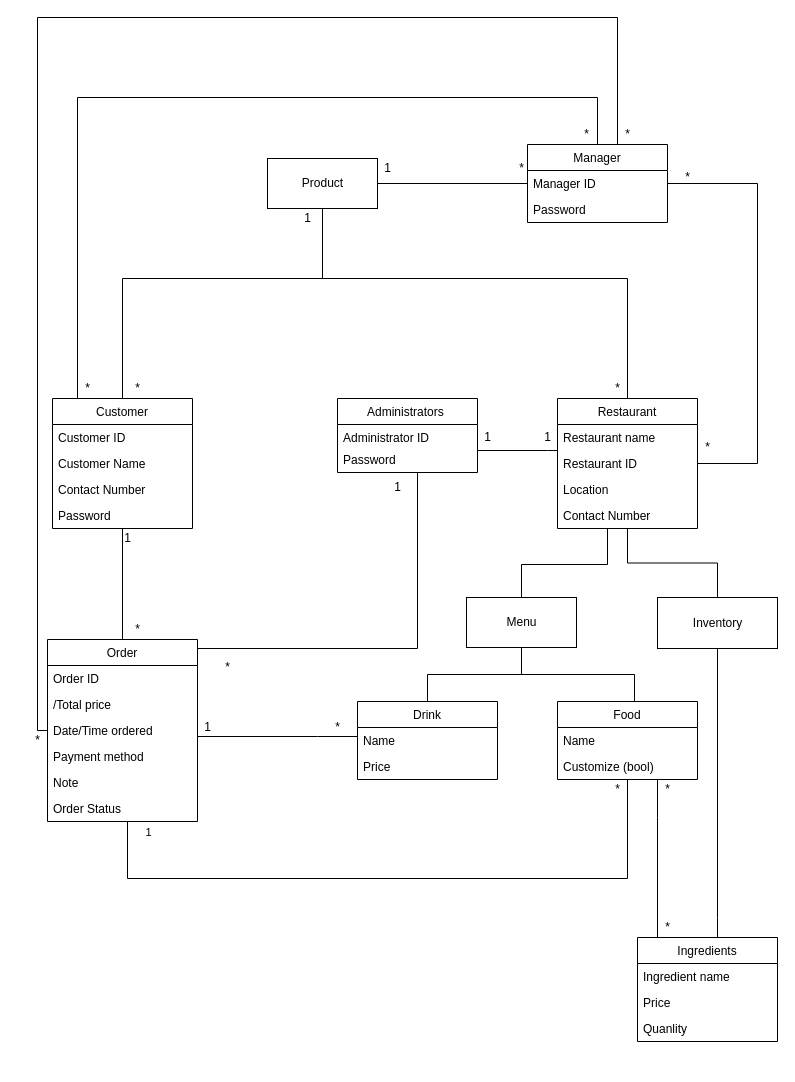
Above: Food Ordering System - Draft.drawio in The-Greatest-Team/Fidelma-RestaurantMenuSystem- (draw.io), before the change. Source tidied: cells renumbered, new cells numbered last; positions are measured from the earlier drawing's top-left corner, leaving out a move shared by most shapes. Both pictures are drawn from the tidied source at 100%, with x=0, y=0 at pixel (27, 17).
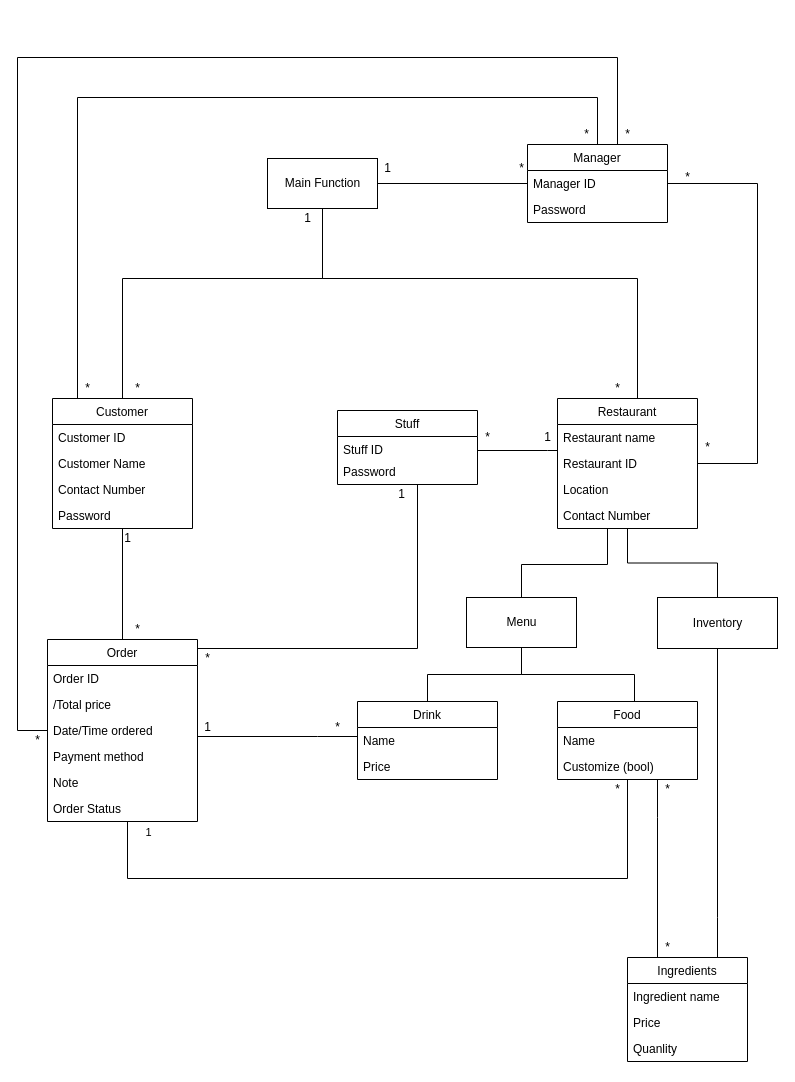
The same page after the edit.

Unchanged cells that the change refers to:
```xml
<mxCell id="7" value="Order" style="swimlane;fontStyle=0;horizontal=1;startSize=26;fillColor=none;" parent="1" vertex="1">
  <mxGeometry x="20" y="622" width="150" height="182" as="geometry" />
</mxCell>
<mxCell id="29" value="Restaurant" style="swimlane;fontStyle=0;horizontal=1;startSize=26;fillColor=none;" parent="1" vertex="1">
  <mxGeometry x="530" y="381" width="140" height="130" as="geometry" />
</mxCell>
<mxCell id="52" value="Manager" style="swimlane;fontStyle=0;horizontal=1;startSize=26;fillColor=none;" parent="1" vertex="1">
  <mxGeometry x="500" y="127" width="140" height="78" as="geometry" />
</mxCell>
```

Change to the diagram source:
```diff
@@
     <mxCell id="6" style="edgeStyle=orthogonalEdgeStyle;rounded=0;jettySize=auto;html=1;endArrow=none;endFill=0;" parent="1" edge="1" source="7" target="52">
       <mxGeometry relative="1" as="geometry">
         <Array as="points">
-          <mxPoint x="10" y="713" />
-          <mxPoint x="10" />
-          <mxPoint x="590" />
+          <mxPoint x="-10" y="713" />
+          <mxPoint x="-10" y="40" />
+          <mxPoint x="590" y="40" />
         </Array>
       </mxGeometry>
     </mxCell>
@@
-    <mxCell id="22" value="Administrators " style="swimlane;fontStyle=0;horizontal=1;startSize=26;fillColor=none;" parent="1" vertex="1">
-      <mxGeometry x="310" y="381" width="140" height="74" as="geometry" />
+    <mxCell id="22" value="Stuff" style="swimlane;fontStyle=0;horizontal=1;startSize=26;fillColor=none;" parent="1" vertex="1">
+      <mxGeometry x="310" y="393" width="140" height="74" as="geometry" />
     </mxCell>
-    <mxCell id="23" value="Administrator ID" style="text;strokeColor=none;fillColor=none;align=left;verticalAlign=top;spacingLeft=4;spacingRight=4;overflow=hidden;" parent="22" vertex="1">
+    <mxCell id="23" value="Stuff ID" style="text;strokeColor=none;fillColor=none;align=left;verticalAlign=top;spacingLeft=4;spacingRight=4;overflow=hidden;" parent="22" vertex="1">
       <mxGeometry y="26" width="140" height="22" as="geometry" />
     </mxCell>
@@
     <mxCell id="27" style="edgeStyle=orthogonalEdgeStyle;rounded=0;jettySize=auto;html=1;entryX=0.5;entryY=1;entryDx=0;entryDy=0;endArrow=none;endFill=0;" parent="1" edge="1" source="29" target="51">
       <mxGeometry relative="1" as="geometry">
         <Array as="points">
-          <mxPoint x="600" y="261" />
+          <mxPoint x="610" y="261" />
           <mxPoint x="295" y="261" />
         </Array>
       </mxGeometry>
     </mxCell>
@@
     <mxCell id="36" value="Ingredients" style="swimlane;fontStyle=0;horizontal=1;startSize=26;fillColor=none;" parent="1" vertex="1">
-      <mxGeometry x="610" y="920" width="140" height="104" as="geometry" />
+      <mxGeometry x="600" y="940" width="120" height="104" as="geometry" />
     </mxCell>
     <mxCell id="37" value="Ingredient name" style="text;strokeColor=none;fillColor=none;align=left;verticalAlign=top;spacingLeft=4;spacingRight=4;overflow=hidden;" parent="36" vertex="1">
-      <mxGeometry y="26" width="140" height="26" as="geometry" />
+      <mxGeometry y="26" width="120" height="26" as="geometry" />
     </mxCell>
     <mxCell id="38" value="Price" style="text;strokeColor=none;fillColor=none;align=left;verticalAlign=top;spacingLeft=4;spacingRight=4;overflow=hidden;" parent="36" vertex="1">
-      <mxGeometry y="52" width="140" height="26" as="geometry" />
+      <mxGeometry y="52" width="120" height="26" as="geometry" />
     </mxCell>
     <mxCell id="39" value="Quanlity" style="text;strokeColor=none;fillColor=none;align=left;verticalAlign=top;spacingLeft=4;spacingRight=4;overflow=hidden;" parent="36" vertex="1">
-      <mxGeometry y="78" width="140" height="26" as="geometry" />
+      <mxGeometry y="78" width="120" height="26" as="geometry" />
     </mxCell>
@@
-    <mxCell id="51" value="Product" style="html=1;" parent="1" vertex="1">
+    <mxCell id="51" value="Main Function" style="html=1;" parent="1" vertex="1">
       <mxGeometry x="240" y="141" width="110" height="50" as="geometry" />
     </mxCell>
@@
     <mxCell id="64" value="*" style="text;html=1;align=center;verticalAlign=middle;" parent="1" vertex="1">
-      <mxGeometry x="630" y="900" width="20" height="20" as="geometry" />
+      <mxGeometry x="630" y="920" width="20" height="20" as="geometry" />
     </mxCell>
@@
-    <mxCell id="67" value="1" style="text;html=1;align=center;verticalAlign=middle;" parent="1" vertex="1">
+    <mxCell id="67" value="*" style="text;html=1;align=center;verticalAlign=middle;" parent="1" vertex="1">
       <mxGeometry x="450" y="410" width="20" height="20" as="geometry" />
     </mxCell>
@@
     <mxCell id="69" value="*" style="text;html=1;align=center;verticalAlign=middle;" parent="1" vertex="1">
-      <mxGeometry x="190" y="640" width="20" height="20" as="geometry" />
+      <mxGeometry x="170" y="631" width="20" height="20" as="geometry" />
     </mxCell>
     <mxCell id="70" value="1&lt;br&gt;" style="text;html=1;align=center;verticalAlign=middle;" parent="1" vertex="1">
-      <mxGeometry x="360" y="460" width="20" height="20" as="geometry" />
+      <mxGeometry x="364" y="467" width="20" height="20" as="geometry" />
     </mxCell>
```
